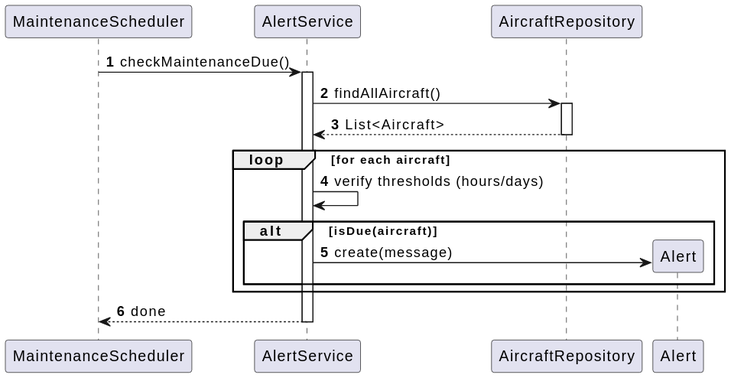
caetanotiago/PSOFT keeps this PlantUML diagram as docs/sytem-documentation/US222/svg/US222-SD.svg. Above is the earlier version.
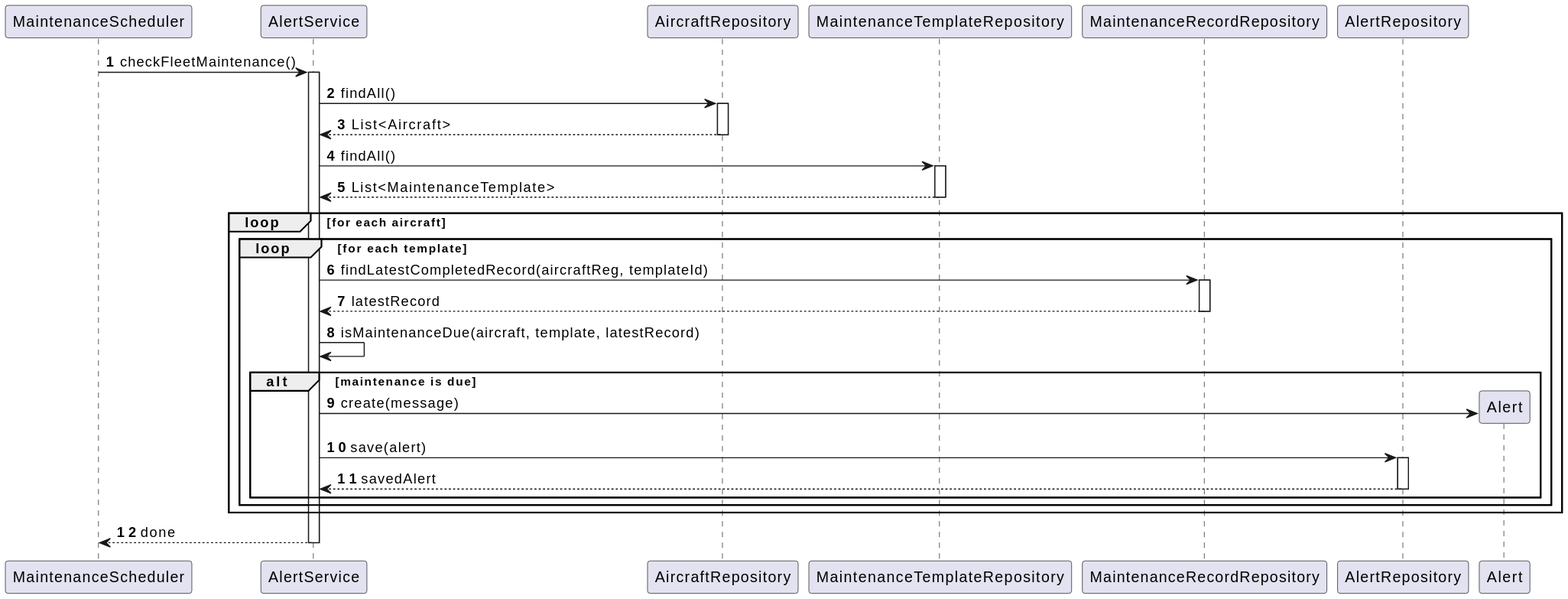
Later version of the same file.

The edit, as a diff of the source:
```diff
@@ -2,21 +2,41 @@
 autonumber
 participant "MaintenanceScheduler" as Scheduler
 participant "AlertService" as Service
-participant "AircraftRepository" as Repo
+participant "AircraftRepository" as AircraftRepo
+participant "MaintenanceTemplateRepository" as TemplateRepo
+participant "MaintenanceRecordRepository" as RecordRepo
+participant "AlertRepository" as AlertRepo
 participant "Alert" as Alert
 
-Scheduler -> Service : checkMaintenanceDue()
+Scheduler -> Service : checkFleetMaintenance()
 activate Service
 
-Service -> Repo : findAllAircraft()
-activate Repo
-Repo --> Service : List<Aircraft>
-deactivate Repo
+Service -> AircraftRepo : findAll()
+activate AircraftRepo
+AircraftRepo --> Service : List<Aircraft>
+deactivate AircraftRepo
+
+Service -> TemplateRepo : findAll()
+activate TemplateRepo
+TemplateRepo --> Service : List<MaintenanceTemplate>
+deactivate TemplateRepo
 
 loop for each aircraft
-    Service -> Service : verify thresholds (hours/days)
-    alt isDue(aircraft)
-        Service -> Alert ** : create(message)
+    loop for each template
+        Service -> RecordRepo : findLatestCompletedRecord(aircraftReg, templateId)
+        activate RecordRepo
+        RecordRepo --> Service : latestRecord
+        deactivate RecordRepo
+
+        Service -> Service : isMaintenanceDue(aircraft, template, latestRecord)
+
+        alt maintenance is due
+            Service -> Alert ** : create(message)
+            Service -> AlertRepo : save(alert)
+            activate AlertRepo
+            AlertRepo --> Service : savedAlert
+            deactivate AlertRepo
+        end
     end
 end
 
```
